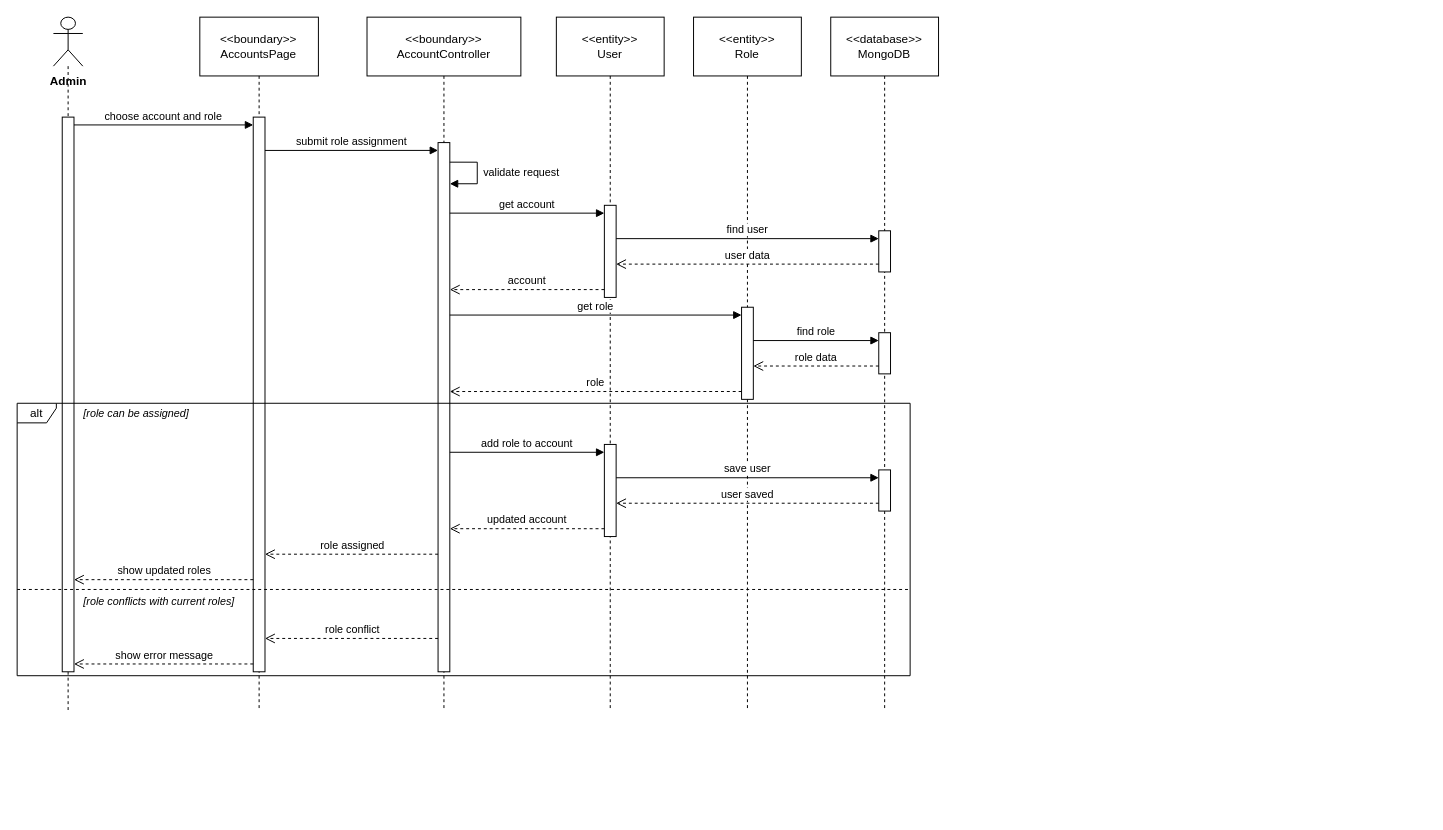
Above: final/diagrams/M2_Auth-And-Administration_Diagrams/sequence_diagrams/SD-08_UC-A06_AssignRoleToAccount.drawio in toikobi401/SWD392 (draw.io), before the change. Source tidied: cells renumbered, new cells numbered last; positions are measured from the earlier drawing's top-left corner, leaving out a move shared by most shapes. Both pictures are drawn from the tidied source at 98%, with x=0, y=0 at pixel (17, 17).
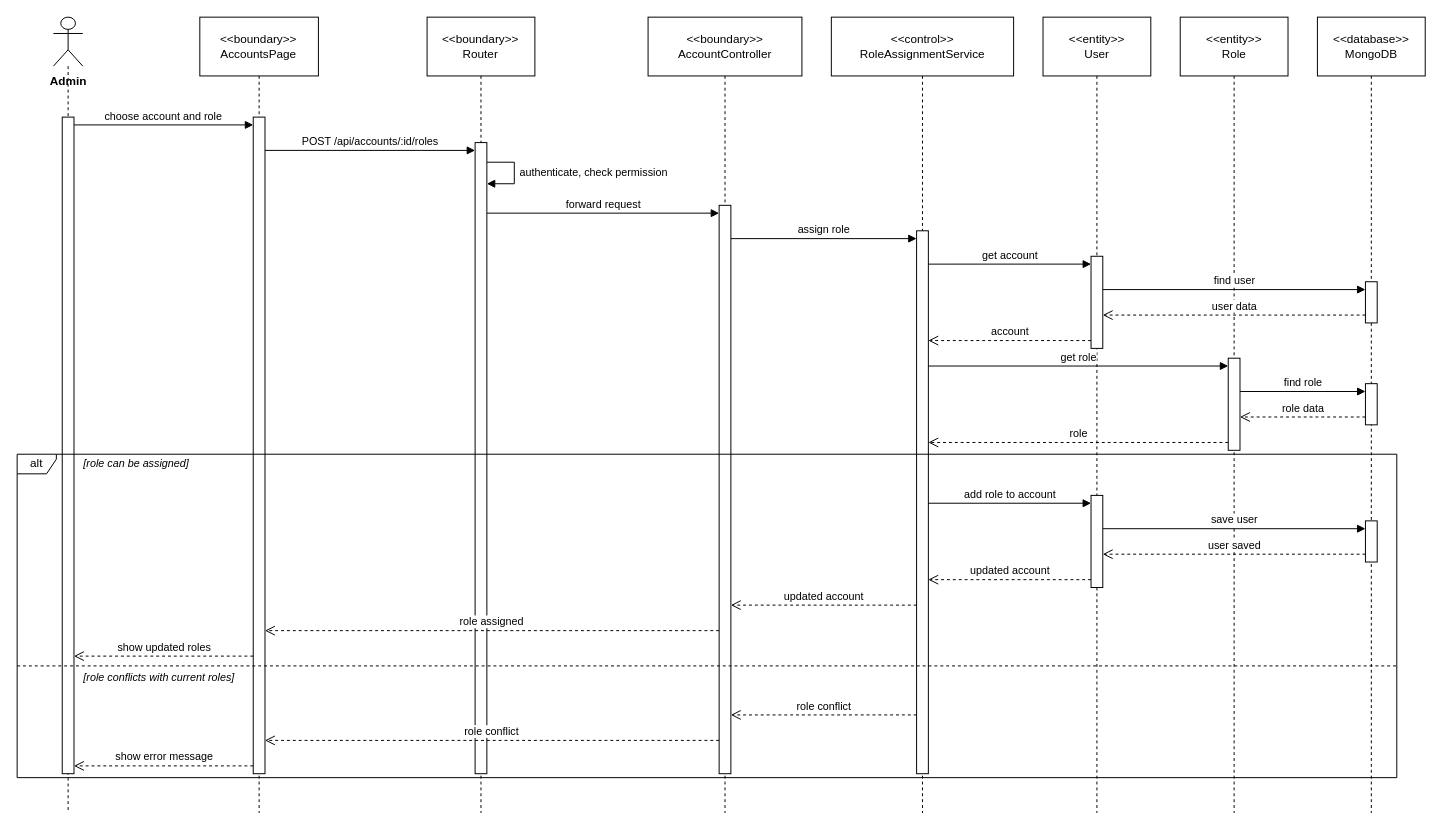
The same diagram, later.

Change to the diagram source:
```diff
@@
     <mxCell id="2" value="Admin" style="shape=umlLifeline;participant=umlActor;perimeter=lifelinePerimeter;whiteSpace=nowrap;html=1;verticalAlign=top;spacingTop=52;size=50;fontStyle=1;" parent="1" vertex="1">
-      <mxGeometry x="37" width="30" height="708" as="geometry" />
+      <mxGeometry x="37" width="30" height="812" as="geometry" />
     </mxCell>
     <mxCell id="3" value="&amp;lt;&amp;lt;boundary&amp;gt;&amp;gt;&lt;br&gt;AccountsPage" style="shape=umlLifeline;perimeter=lifelinePerimeter;whiteSpace=wrap;html=1;size=60;" parent="1" vertex="1">
-      <mxGeometry x="186.4" width="121" height="708" as="geometry" />
+      <mxGeometry x="186.4" width="121" height="812" as="geometry" />
     </mxCell>
+    <mxCell id="40" value="&amp;lt;&amp;lt;boundary&amp;gt;&amp;gt;&lt;br&gt;Router" style="shape=umlLifeline;perimeter=lifelinePerimeter;whiteSpace=wrap;html=1;size=60;" parent="1" vertex="1">
+      <mxGeometry x="418.3" width="110" height="812" as="geometry" />
+    </mxCell>
     <mxCell id="4" value="&amp;lt;&amp;lt;boundary&amp;gt;&amp;gt;&lt;br&gt;AccountController" style="shape=umlLifeline;perimeter=lifelinePerimeter;whiteSpace=wrap;html=1;size=60;" parent="1" vertex="1">
-      <mxGeometry x="357" width="157" height="708" as="geometry" />
+      <mxGeometry x="643.8" width="157" height="812" as="geometry" />
     </mxCell>
+    <mxCell id="41" value="&amp;lt;&amp;lt;control&amp;gt;&amp;gt;&lt;br&gt;RoleAssignmentService" style="shape=umlLifeline;perimeter=lifelinePerimeter;whiteSpace=wrap;html=1;size=60;" parent="1" vertex="1">
+      <mxGeometry x="830.8" width="186" height="812" as="geometry" />
+    </mxCell>
     <mxCell id="5" value="&amp;lt;&amp;lt;entity&amp;gt;&amp;gt;&lt;br&gt;User" style="shape=umlLifeline;perimeter=lifelinePerimeter;whiteSpace=wrap;html=1;size=60;" parent="1" vertex="1">
-      <mxGeometry x="550.2" width="110" height="708" as="geometry" />
+      <mxGeometry x="1046.8" width="110" height="812" as="geometry" />
     </mxCell>
     <mxCell id="6" value="&amp;lt;&amp;lt;entity&amp;gt;&amp;gt;&lt;br&gt;Role" style="shape=umlLifeline;perimeter=lifelinePerimeter;whiteSpace=wrap;html=1;size=60;" parent="1" vertex="1">
-      <mxGeometry x="690.2" width="110" height="708" as="geometry" />
+      <mxGeometry x="1186.8" width="110" height="812" as="geometry" />
     </mxCell>
     <mxCell id="7" value="&amp;lt;&amp;lt;database&amp;gt;&amp;gt;&lt;br&gt;MongoDB" style="shape=umlLifeline;perimeter=lifelinePerimeter;whiteSpace=wrap;html=1;size=60;" parent="1" vertex="1">
-      <mxGeometry x="830.2" width="110" height="708" as="geometry" />
+      <mxGeometry x="1326.8" width="110" height="812" as="geometry" />
     </mxCell>
     <mxCell id="8" style="html=1;points=[];perimeter=orthogonalPerimeter;outlineConnect=0;targetShapes=umlLifeline;portConstraint=eastwest;" parent="7" vertex="1">
-      <mxGeometry x="49" y="218" width="12" height="42" as="geometry" />
+      <mxGeometry x="49" y="270" width="12" height="42" as="geometry" />
     </mxCell>
     <mxCell id="9" style="html=1;points=[];perimeter=orthogonalPerimeter;outlineConnect=0;targetShapes=umlLifeline;portConstraint=eastwest;" parent="5" vertex="1">
-      <mxGeometry x="49" y="192" width="12" height="94" as="geometry" />
+      <mxGeometry x="49" y="244" width="12" height="94" as="geometry" />
     </mxCell>
     <mxCell id="10" style="html=1;points=[];perimeter=orthogonalPerimeter;outlineConnect=0;targetShapes=umlLifeline;portConstraint=eastwest;" parent="7" vertex="1">
-      <mxGeometry x="49" y="322" width="12" height="42" as="geometry" />
+      <mxGeometry x="49" y="374" width="12" height="42" as="geometry" />
     </mxCell>
     <mxCell id="11" style="html=1;points=[];perimeter=orthogonalPerimeter;outlineConnect=0;targetShapes=umlLifeline;portConstraint=eastwest;" parent="6" vertex="1">
-      <mxGeometry x="49" y="296" width="12" height="94" as="geometry" />
+      <mxGeometry x="49" y="348" width="12" height="94" as="geometry" />
     </mxCell>
     <mxCell id="12" style="html=1;points=[];perimeter=orthogonalPerimeter;outlineConnect=0;targetShapes=umlLifeline;portConstraint=eastwest;" parent="7" vertex="1">
-      <mxGeometry x="49" y="462" width="12" height="42" as="geometry" />
+      <mxGeometry x="49" y="514" width="12" height="42" as="geometry" />
     </mxCell>
     <mxCell id="13" style="html=1;points=[];perimeter=orthogonalPerimeter;outlineConnect=0;targetShapes=umlLifeline;portConstraint=eastwest;" parent="5" vertex="1">
-      <mxGeometry x="49" y="436" width="12" height="94" as="geometry" />
+      <mxGeometry x="49" y="488" width="12" height="94" as="geometry" />
     </mxCell>
-    <mxCell id="14" style="html=1;points=[];perimeter=orthogonalPerimeter;outlineConnect=0;targetShapes=umlLifeline;portConstraint=eastwest;" parent="4" vertex="1">
-      <mxGeometry x="72.5" y="128" width="12" height="540" as="geometry" />
-    </mxCell>
-    <mxCell id="15" style="html=1;points=[];perimeter=orthogonalPerimeter;outlineConnect=0;targetShapes=umlLifeline;portConstraint=eastwest;" parent="3" vertex="1">
-      <mxGeometry x="54.5" y="102" width="12" height="566" as="geometry" />
-    </mxCell>
-    <mxCell id="16" style="html=1;points=[];perimeter=orthogonalPerimeter;outlineConnect=0;targetShapes=umlLifeline;portConstraint=eastwest;" parent="2" vertex="1">
-      <mxGeometry x="9" y="102" width="12" height="566" as="geometry" />
-    </mxCell>
+    <mxCell id="42" style="html=1;points=[];perimeter=orthogonalPerimeter;outlineConnect=0;targetShapes=umlLifeline;portConstraint=eastwest;" parent="41" vertex="1">
+      <mxGeometry x="87" y="218" width="12" height="554" as="geometry" />
+    </mxCell>
+    <mxCell id="43" style="html=1;points=[];perimeter=orthogonalPerimeter;outlineConnect=0;targetShapes=umlLifeline;portConstraint=eastwest;" parent="4" vertex="1">
+      <mxGeometry x="72.5" y="192" width="12" height="580" as="geometry" />
+    </mxCell>
+    <mxCell id="44" style="html=1;points=[];perimeter=orthogonalPerimeter;outlineConnect=0;targetShapes=umlLifeline;portConstraint=eastwest;" parent="40" vertex="1">
+      <mxGeometry x="49" y="128" width="12" height="644" as="geometry" />
+    </mxCell>
+    <mxCell id="45" style="html=1;points=[];perimeter=orthogonalPerimeter;outlineConnect=0;targetShapes=umlLifeline;portConstraint=eastwest;" parent="3" vertex="1">
+      <mxGeometry x="54.5" y="102" width="12" height="670" as="geometry" />
+    </mxCell>
+    <mxCell id="46" style="html=1;points=[];perimeter=orthogonalPerimeter;outlineConnect=0;targetShapes=umlLifeline;portConstraint=eastwest;" parent="2" vertex="1">
+      <mxGeometry x="9" y="102" width="12" height="670" as="geometry" />
+    </mxCell>
     <mxCell id="17" value="alt" style="shape=umlFrame;whiteSpace=wrap;html=1;width=40;height=20;" parent="1" vertex="1">
-      <mxGeometry y="394" width="911.2" height="278" as="geometry" />
+      <mxGeometry y="446" width="1407.8" height="330" as="geometry" />
     </mxCell>
     <mxCell id="18" style="endArrow=none;dashed=1;html=1;rounded=0;" parent="1" edge="1">
       <mxGeometry relative="1" as="geometry">
-        <mxPoint y="584" as="sourcePoint" />
-        <mxPoint x="911.2" y="584" as="targetPoint" />
+        <mxPoint y="662" as="sourcePoint" />
+        <mxPoint x="1407.8" y="662" as="targetPoint" />
       </mxGeometry>
     </mxCell>
     <mxCell id="19" value="[role can be assigned]" style="text;html=1;align=left;verticalAlign=middle;whiteSpace=nowrap;fontSize=11;fontStyle=2;labelBackgroundColor=#ffffff;" parent="1" vertex="1">
-      <mxGeometry x="66" y="394" width="138" height="20" as="geometry" />
+      <mxGeometry x="66" y="446" width="138" height="20" as="geometry" />
     </mxCell>
     <mxCell id="20" value="[role conflicts with current roles]" style="text;html=1;align=left;verticalAlign=middle;whiteSpace=nowrap;fontSize=11;fontStyle=2;labelBackgroundColor=#ffffff;" parent="1" vertex="1">
-      <mxGeometry x="66" y="586" width="219.9" height="20" as="geometry" />
+      <mxGeometry x="66" y="664" width="219.9" height="20" as="geometry" />
     </mxCell>
-    <mxCell id="21" value="choose account and role" style="html=1;verticalAlign=bottom;rounded=0;fontSize=11;endArrow=block;endFill=1;exitX=1;exitY=0.0141;exitDx=0;exitDy=0;exitPerimeter=0;entryX=0;entryY=0.0141;entryDx=0;entryDy=0;entryPerimeter=0;" parent="1" edge="1" source="16" target="15">
+    <mxCell id="21" value="choose account and role" style="html=1;verticalAlign=bottom;rounded=0;fontSize=11;endArrow=block;endFill=1;exitX=1;exitY=0.0119;exitDx=0;exitDy=0;exitPerimeter=0;entryX=0;entryY=0.0119;entryDx=0;entryDy=0;entryPerimeter=0;" parent="1" edge="1" source="46" target="45">
       <mxGeometry relative="1" as="geometry" />
     </mxCell>
-    <mxCell id="22" value="submit role assignment" style="html=1;verticalAlign=bottom;rounded=0;fontSize=11;endArrow=block;endFill=1;exitX=1;exitY=0.0601;exitDx=0;exitDy=0;exitPerimeter=0;entryX=0;entryY=0.0148;entryDx=0;entryDy=0;entryPerimeter=0;" parent="1" edge="1" source="15" target="14">
+    <mxCell id="22" value="POST /api/accounts/:id/roles" style="html=1;verticalAlign=bottom;rounded=0;fontSize=11;endArrow=block;endFill=1;exitX=1;exitY=0.0507;exitDx=0;exitDy=0;exitPerimeter=0;entryX=0;entryY=0.0124;entryDx=0;entryDy=0;entryPerimeter=0;" parent="1" edge="1" source="45" target="44">
       <mxGeometry relative="1" as="geometry" />
     </mxCell>
-    <mxCell id="23" value="validate request" style="html=1;align=left;spacingLeft=4;verticalAlign=middle;endArrow=block;endFill=1;rounded=0;fontSize=11;exitX=1;exitY=0.037;exitDx=0;exitDy=0;exitPerimeter=0;entryX=1;entryY=0.0778;entryDx=0;entryDy=0;entryPerimeter=0;" parent="1" edge="1" source="14" target="14">
+    <mxCell id="23" value="authenticate, check permission" style="html=1;align=left;spacingLeft=4;verticalAlign=middle;endArrow=block;endFill=1;rounded=0;fontSize=11;exitX=1;exitY=0.0311;exitDx=0;exitDy=0;exitPerimeter=0;entryX=1;entryY=0.0652;entryDx=0;entryDy=0;entryPerimeter=0;" parent="1" edge="1" source="44" target="44">
       <mxGeometry relative="1" as="geometry">
         <Array as="points">
-          <mxPoint x="469.5" y="148" />
-          <mxPoint x="469.5" y="170" />
+          <mxPoint x="507.3" y="148" />
+          <mxPoint x="507.3" y="170" />
         </Array>
       </mxGeometry>
     </mxCell>
-    <mxCell id="24" value="get account" style="html=1;verticalAlign=bottom;rounded=0;fontSize=11;endArrow=block;endFill=1;exitX=1;exitY=0.1333;exitDx=0;exitDy=0;exitPerimeter=0;entryX=0;entryY=0.0851;entryDx=0;entryDy=0;entryPerimeter=0;" parent="1" edge="1" source="14" target="9">
+    <mxCell id="24" value="forward request" style="html=1;verticalAlign=bottom;rounded=0;fontSize=11;endArrow=block;endFill=1;exitX=1;exitY=0.1118;exitDx=0;exitDy=0;exitPerimeter=0;entryX=0;entryY=0.0138;entryDx=0;entryDy=0;entryPerimeter=0;" parent="1" edge="1" source="44" target="43">
       <mxGeometry relative="1" as="geometry" />
     </mxCell>
-    <mxCell id="25" value="find user" style="html=1;verticalAlign=bottom;rounded=0;fontSize=11;endArrow=block;endFill=1;exitX=1;exitY=0.3617;exitDx=0;exitDy=0;exitPerimeter=0;entryX=0;entryY=0.1905;entryDx=0;entryDy=0;entryPerimeter=0;" parent="1" edge="1" source="9" target="8">
+    <mxCell id="25" value="assign role" style="html=1;verticalAlign=bottom;rounded=0;fontSize=11;endArrow=block;endFill=1;exitX=1;exitY=0.0586;exitDx=0;exitDy=0;exitPerimeter=0;entryX=0;entryY=0.0144;entryDx=0;entryDy=0;entryPerimeter=0;" parent="1" edge="1" source="43" target="42">
       <mxGeometry relative="1" as="geometry" />
     </mxCell>
-    <mxCell id="26" value="user data" style="html=1;verticalAlign=bottom;rounded=0;fontSize=11;dashed=1;endArrow=open;endSize=8;exitX=0;exitY=0.8095;exitDx=0;exitDy=0;exitPerimeter=0;entryX=1;entryY=0.6383;entryDx=0;entryDy=0;entryPerimeter=0;" parent="1" edge="1" source="8" target="9">
+    <mxCell id="26" value="get account" style="html=1;verticalAlign=bottom;rounded=0;fontSize=11;endArrow=block;endFill=1;exitX=1;exitY=0.0614;exitDx=0;exitDy=0;exitPerimeter=0;entryX=0;entryY=0.0851;entryDx=0;entryDy=0;entryPerimeter=0;" parent="1" edge="1" source="42" target="9">
       <mxGeometry relative="1" as="geometry" />
     </mxCell>
-    <mxCell id="27" value="account" style="html=1;verticalAlign=bottom;rounded=0;fontSize=11;dashed=1;endArrow=open;endSize=8;exitX=0;exitY=0.9149;exitDx=0;exitDy=0;exitPerimeter=0;entryX=1;entryY=0.2778;entryDx=0;entryDy=0;entryPerimeter=0;" parent="1" edge="1" source="9" target="14">
+    <mxCell id="27" value="find user" style="html=1;verticalAlign=bottom;rounded=0;fontSize=11;endArrow=block;endFill=1;exitX=1;exitY=0.3617;exitDx=0;exitDy=0;exitPerimeter=0;entryX=0;entryY=0.1905;entryDx=0;entryDy=0;entryPerimeter=0;" parent="1" edge="1" source="9" target="8">
       <mxGeometry relative="1" as="geometry" />
     </mxCell>
-    <mxCell id="28" value="get role" style="html=1;verticalAlign=bottom;rounded=0;fontSize=11;endArrow=block;endFill=1;exitX=1;exitY=0.3259;exitDx=0;exitDy=0;exitPerimeter=0;entryX=0;entryY=0.0851;entryDx=0;entryDy=0;entryPerimeter=0;" parent="1" edge="1" source="14" target="11">
+    <mxCell id="28" value="user data" style="html=1;verticalAlign=bottom;rounded=0;fontSize=11;dashed=1;endArrow=open;endSize=8;exitX=0;exitY=0.8095;exitDx=0;exitDy=0;exitPerimeter=0;entryX=1;entryY=0.6383;entryDx=0;entryDy=0;entryPerimeter=0;" parent="1" edge="1" source="8" target="9">
       <mxGeometry relative="1" as="geometry" />
     </mxCell>
-    <mxCell id="29" value="find role" style="html=1;verticalAlign=bottom;rounded=0;fontSize=11;endArrow=block;endFill=1;exitX=1;exitY=0.3617;exitDx=0;exitDy=0;exitPerimeter=0;entryX=0;entryY=0.1905;entryDx=0;entryDy=0;entryPerimeter=0;" parent="1" edge="1" source="11" target="10">
+    <mxCell id="29" value="account" style="html=1;verticalAlign=bottom;rounded=0;fontSize=11;dashed=1;endArrow=open;endSize=8;exitX=0;exitY=0.9149;exitDx=0;exitDy=0;exitPerimeter=0;entryX=1;entryY=0.2022;entryDx=0;entryDy=0;entryPerimeter=0;" parent="1" edge="1" source="9" target="42">
       <mxGeometry relative="1" as="geometry" />
     </mxCell>
-    <mxCell id="30" value="role data" style="html=1;verticalAlign=bottom;rounded=0;fontSize=11;dashed=1;endArrow=open;endSize=8;exitX=0;exitY=0.8095;exitDx=0;exitDy=0;exitPerimeter=0;entryX=1;entryY=0.6383;entryDx=0;entryDy=0;entryPerimeter=0;" parent="1" edge="1" source="10" target="11">
+    <mxCell id="30" value="get role" style="html=1;verticalAlign=bottom;rounded=0;fontSize=11;endArrow=block;endFill=1;exitX=1;exitY=0.2491;exitDx=0;exitDy=0;exitPerimeter=0;entryX=0;entryY=0.0851;entryDx=0;entryDy=0;entryPerimeter=0;" parent="1" edge="1" source="42" target="11">
       <mxGeometry relative="1" as="geometry" />
     </mxCell>
-    <mxCell id="31" value="role" style="html=1;verticalAlign=bottom;rounded=0;fontSize=11;dashed=1;endArrow=open;endSize=8;exitX=0;exitY=0.9149;exitDx=0;exitDy=0;exitPerimeter=0;entryX=1;entryY=0.4704;entryDx=0;entryDy=0;entryPerimeter=0;" parent="1" edge="1" source="11" target="14">
+    <mxCell id="31" value="find role" style="html=1;verticalAlign=bottom;rounded=0;fontSize=11;endArrow=block;endFill=1;exitX=1;exitY=0.3617;exitDx=0;exitDy=0;exitPerimeter=0;entryX=0;entryY=0.1905;entryDx=0;entryDy=0;entryPerimeter=0;" parent="1" edge="1" source="11" target="10">
       <mxGeometry relative="1" as="geometry" />
     </mxCell>
-    <mxCell id="32" value="add role to account" style="html=1;verticalAlign=bottom;rounded=0;fontSize=11;endArrow=block;endFill=1;exitX=1;exitY=0.5852;exitDx=0;exitDy=0;exitPerimeter=0;entryX=0;entryY=0.0851;entryDx=0;entryDy=0;entryPerimeter=0;" parent="1" edge="1" source="14" target="13">
+    <mxCell id="32" value="role data" style="html=1;verticalAlign=bottom;rounded=0;fontSize=11;dashed=1;endArrow=open;endSize=8;exitX=0;exitY=0.8095;exitDx=0;exitDy=0;exitPerimeter=0;entryX=1;entryY=0.6383;entryDx=0;entryDy=0;entryPerimeter=0;" parent="1" edge="1" source="10" target="11">
       <mxGeometry relative="1" as="geometry" />
     </mxCell>
-    <mxCell id="33" value="save user" style="html=1;verticalAlign=bottom;rounded=0;fontSize=11;endArrow=block;endFill=1;exitX=1;exitY=0.3617;exitDx=0;exitDy=0;exitPerimeter=0;entryX=0;entryY=0.1905;entryDx=0;entryDy=0;entryPerimeter=0;" parent="1" edge="1" source="13" target="12">
+    <mxCell id="33" value="role" style="html=1;verticalAlign=bottom;rounded=0;fontSize=11;dashed=1;endArrow=open;endSize=8;exitX=0;exitY=0.9149;exitDx=0;exitDy=0;exitPerimeter=0;entryX=1;entryY=0.3899;entryDx=0;entryDy=0;entryPerimeter=0;" parent="1" edge="1" source="11" target="42">
       <mxGeometry relative="1" as="geometry" />
     </mxCell>
-    <mxCell id="34" value="user saved" style="html=1;verticalAlign=bottom;rounded=0;fontSize=11;dashed=1;endArrow=open;endSize=8;exitX=0;exitY=0.8095;exitDx=0;exitDy=0;exitPerimeter=0;entryX=1;entryY=0.6383;entryDx=0;entryDy=0;entryPerimeter=0;" parent="1" edge="1" source="12" target="13">
+    <mxCell id="34" value="add role to account" style="html=1;verticalAlign=bottom;rounded=0;fontSize=11;endArrow=block;endFill=1;exitX=1;exitY=0.5018;exitDx=0;exitDy=0;exitPerimeter=0;entryX=0;entryY=0.0851;entryDx=0;entryDy=0;entryPerimeter=0;" parent="1" edge="1" source="42" target="13">
       <mxGeometry relative="1" as="geometry" />
     </mxCell>
-    <mxCell id="35" value="updated account" style="html=1;verticalAlign=bottom;rounded=0;fontSize=11;dashed=1;endArrow=open;endSize=8;exitX=0;exitY=0.9149;exitDx=0;exitDy=0;exitPerimeter=0;entryX=1;entryY=0.7296;entryDx=0;entryDy=0;entryPerimeter=0;" parent="1" edge="1" source="13" target="14">
+    <mxCell id="35" value="save user" style="html=1;verticalAlign=bottom;rounded=0;fontSize=11;endArrow=block;endFill=1;exitX=1;exitY=0.3617;exitDx=0;exitDy=0;exitPerimeter=0;entryX=0;entryY=0.1905;entryDx=0;entryDy=0;entryPerimeter=0;" parent="1" edge="1" source="13" target="12">
       <mxGeometry relative="1" as="geometry" />
     </mxCell>
-    <mxCell id="36" value="role assigned" style="html=1;verticalAlign=bottom;rounded=0;fontSize=11;dashed=1;endArrow=open;endSize=8;exitX=0;exitY=0.7778;exitDx=0;exitDy=0;exitPerimeter=0;entryX=1;entryY=0.788;entryDx=0;entryDy=0;entryPerimeter=0;" parent="1" edge="1" source="14" target="15">
+    <mxCell id="36" value="user saved" style="html=1;verticalAlign=bottom;rounded=0;fontSize=11;dashed=1;endArrow=open;endSize=8;exitX=0;exitY=0.8095;exitDx=0;exitDy=0;exitPerimeter=0;entryX=1;entryY=0.6383;entryDx=0;entryDy=0;entryPerimeter=0;" parent="1" edge="1" source="12" target="13">
       <mxGeometry relative="1" as="geometry" />
     </mxCell>
-    <mxCell id="37" value="show updated roles" style="html=1;verticalAlign=bottom;rounded=0;fontSize=11;dashed=1;endArrow=open;endSize=8;exitX=0;exitY=0.8339;exitDx=0;exitDy=0;exitPerimeter=0;entryX=1;entryY=0.8339;entryDx=0;entryDy=0;entryPerimeter=0;" parent="1" edge="1" source="15" target="16">
+    <mxCell id="37" value="updated account" style="html=1;verticalAlign=bottom;rounded=0;fontSize=11;dashed=1;endArrow=open;endSize=8;exitX=0;exitY=0.9149;exitDx=0;exitDy=0;exitPerimeter=0;entryX=1;entryY=0.6426;entryDx=0;entryDy=0;entryPerimeter=0;" parent="1" edge="1" source="13" target="42">
       <mxGeometry relative="1" as="geometry" />
     </mxCell>
-    <mxCell id="38" value="role conflict" style="html=1;verticalAlign=bottom;rounded=0;fontSize=11;dashed=1;endArrow=open;endSize=8;exitX=0;exitY=0.937;exitDx=0;exitDy=0;exitPerimeter=0;entryX=1;entryY=0.9399;entryDx=0;entryDy=0;entryPerimeter=0;" parent="1" edge="1" source="14" target="15">
+    <mxCell id="38" value="updated account" style="html=1;verticalAlign=bottom;rounded=0;fontSize=11;dashed=1;endArrow=open;endSize=8;exitX=0;exitY=0.6895;exitDx=0;exitDy=0;exitPerimeter=0;entryX=1;entryY=0.7034;entryDx=0;entryDy=0;entryPerimeter=0;" parent="1" edge="1" source="42" target="43">
       <mxGeometry relative="1" as="geometry" />
     </mxCell>
-    <mxCell id="39" value="show error message" style="html=1;verticalAlign=bottom;rounded=0;fontSize=11;dashed=1;endArrow=open;endSize=8;exitX=0;exitY=0.9859;exitDx=0;exitDy=0;exitPerimeter=0;entryX=1;entryY=0.9859;entryDx=0;entryDy=0;entryPerimeter=0;" parent="1" edge="1" source="15" target="16">
+    <mxCell id="39" value="role assigned" style="html=1;verticalAlign=bottom;rounded=0;fontSize=11;dashed=1;endArrow=open;endSize=8;exitX=0;exitY=0.7483;exitDx=0;exitDy=0;exitPerimeter=0;entryX=1;entryY=0.7821;entryDx=0;entryDy=0;entryPerimeter=0;" parent="1" edge="1" source="43" target="45">
       <mxGeometry relative="1" as="geometry" />
     </mxCell>
+    <mxCell id="47" value="show updated roles" style="html=1;verticalAlign=bottom;rounded=0;fontSize=11;dashed=1;endArrow=open;endSize=8;exitX=0;exitY=0.8209;exitDx=0;exitDy=0;exitPerimeter=0;entryX=1;entryY=0.8209;entryDx=0;entryDy=0;entryPerimeter=0;" parent="1" edge="1" source="45" target="46">
+      <mxGeometry relative="1" as="geometry" />
+    </mxCell>
+    <mxCell id="48" value="role conflict" style="html=1;verticalAlign=bottom;rounded=0;fontSize=11;dashed=1;endArrow=open;endSize=8;exitX=0;exitY=0.8917;exitDx=0;exitDy=0;exitPerimeter=0;entryX=1;entryY=0.8966;entryDx=0;entryDy=0;entryPerimeter=0;" parent="1" edge="1" source="42" target="43">
+      <mxGeometry relative="1" as="geometry" />
+    </mxCell>
+    <mxCell id="49" value="role conflict" style="html=1;verticalAlign=bottom;rounded=0;fontSize=11;dashed=1;endArrow=open;endSize=8;exitX=0;exitY=0.9414;exitDx=0;exitDy=0;exitPerimeter=0;entryX=1;entryY=0.9493;entryDx=0;entryDy=0;entryPerimeter=0;" parent="1" edge="1" source="43" target="45">
+      <mxGeometry relative="1" as="geometry" />
+    </mxCell>
+    <mxCell id="50" value="show error message" style="html=1;verticalAlign=bottom;rounded=0;fontSize=11;dashed=1;endArrow=open;endSize=8;exitX=0;exitY=0.9881;exitDx=0;exitDy=0;exitPerimeter=0;entryX=1;entryY=0.9881;entryDx=0;entryDy=0;entryPerimeter=0;" parent="1" edge="1" source="45" target="46">
+      <mxGeometry relative="1" as="geometry" />
+    </mxCell>
```
